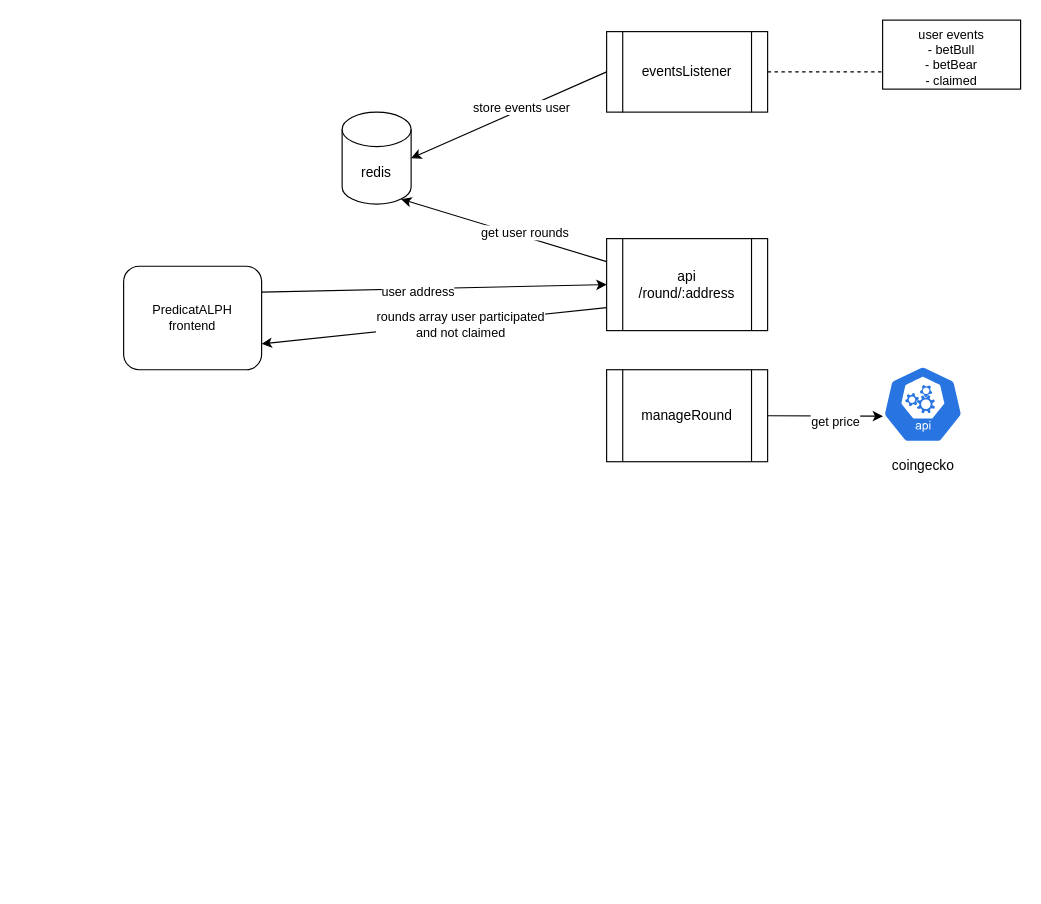
Before: page "Page-1" (1 of 6) of docs/diagram.drawio in notrustverify/predictalph-contracts, a draw.io diagram. Source tidied: cells renumbered, new cells numbered last; positions are measured from the earlier drawing's top-left corner, leaving out a move shared by most shapes. Both pictures are drawn from the tidied source at 115%, with x=0, y=0 at pixel (123, 20).
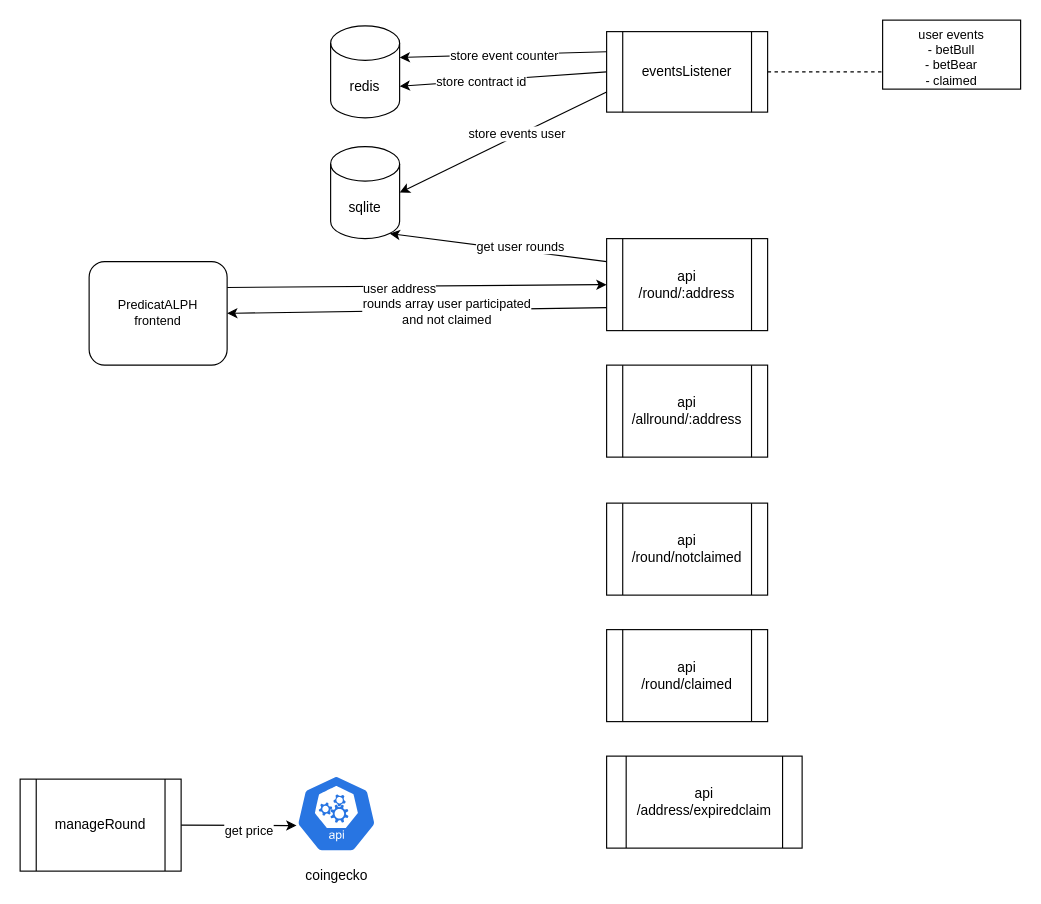
After the change.

Commit message (it also covers changes not shown here):
bug: claimed anyone 0

The change refers to these unchanged cells:
```xml
<mxCell id="3" value="eventsListener" style="shape=process;whiteSpace=wrap;html=1;backgroundOutline=1;" parent="1" vertex="1">
  <mxGeometry x="420" y="10" width="140" height="70" as="geometry" />
</mxCell>
<mxCell id="12" value="api&lt;br&gt;/round/:address" style="shape=process;whiteSpace=wrap;html=1;backgroundOutline=1;" parent="1" vertex="1">
  <mxGeometry x="420" y="190" width="140" height="80" as="geometry" />
</mxCell>
```

Diff of the diagram source:
```diff
@@
+    <mxCell id="20" style="edgeStyle=none;rounded=0;jettySize=auto;html=1;exitX=0;exitY=0.5;exitDx=0;exitDy=0;entryX=1;entryY=0;entryDx=0;entryDy=52.5;entryPerimeter=0;startArrow=none;startFill=0;endArrow=classic;endFill=1;" parent="1" edge="1" source="3" target="24">
+      <mxGeometry relative="1" as="geometry" />
+    </mxCell>
+    <mxCell id="21" value="store contract id" style="edgeLabel;html=1;align=center;verticalAlign=middle;" parent="20" vertex="1">
+      <mxGeometry x="0.21" y="1" relative="1" as="geometry">
+        <mxPoint x="-1" as="offset" />
+      </mxGeometry>
+    </mxCell>
@@
     <mxCell id="6" value="manageRound" style="shape=process;whiteSpace=wrap;html=1;backgroundOutline=1;" parent="1" vertex="1">
-      <mxGeometry x="420" y="304" width="140" height="80" as="geometry" />
+      <mxGeometry x="-90" y="660" width="140" height="80" as="geometry" />
     </mxCell>
-    <mxCell id="7" value="redis" style="shape=cylinder3;whiteSpace=wrap;html=1;boundedLbl=1;backgroundOutline=1;size=15;" parent="1" vertex="1">
-      <mxGeometry x="190" y="80" width="60" height="80" as="geometry" />
+    <mxCell id="7" value="sqlite" style="shape=cylinder3;whiteSpace=wrap;html=1;boundedLbl=1;backgroundOutline=1;size=15;" parent="1" vertex="1">
+      <mxGeometry x="180" y="110" width="60" height="80" as="geometry" />
     </mxCell>
-    <mxCell id="8" style="edgeStyle=none;rounded=0;jettySize=auto;html=1;exitX=0;exitY=0.75;exitDx=0;exitDy=0;entryX=1;entryY=0.75;entryDx=0;entryDy=0;fontFamily=Helvetica;fontSize=11;" parent="1" edge="1" source="12" target="18">
+    <mxCell id="8" style="edgeStyle=none;rounded=0;jettySize=auto;html=1;exitX=0;exitY=0.75;exitDx=0;exitDy=0;entryX=1;entryY=0.5;entryDx=0;entryDy=0;fontFamily=Helvetica;fontSize=11;" parent="1" edge="1" source="12" target="18">
       <mxGeometry relative="1" as="geometry" />
     </mxCell>
@@
-    <mxCell id="13" style="endArrow=classic;html=1;rounded=0;entryX=1;entryY=0.5;entryDx=0;entryDy=0;entryPerimeter=0;exitX=0;exitY=0.5;exitDx=0;exitDy=0;" parent="1" edge="1" source="3" target="7">
+    <mxCell id="13" style="endArrow=classic;html=1;rounded=0;entryX=1;entryY=0.5;entryDx=0;entryDy=0;entryPerimeter=0;exitX=0;exitY=0.75;exitDx=0;exitDy=0;" parent="1" edge="1" source="3" target="7">
       <mxGeometry relative="1" as="geometry" />
     </mxCell>
@@
     <mxCell id="15" value="coingecko" style="sketch=0;html=1;dashed=0;whitespace=wrap;fillColor=#2875E2;strokeColor=#ffffff;points=[[0.005,0.63,0],[0.1,0.2,0],[0.9,0.2,0],[0.5,0,0],[0.995,0.63,0],[0.72,0.99,0],[0.5,1,0],[0.28,0.99,0]];verticalLabelPosition=bottom;align=center;verticalAlign=top;shape=mxgraph.kubernetes.icon;prIcon=api;" parent="1" vertex="1">
-      <mxGeometry x="660" y="294" width="70" height="80" as="geometry" />
+      <mxGeometry x="150" y="650" width="70" height="80" as="geometry" />
     </mxCell>
@@
     <mxCell id="18" value="PredicatALPH&lt;br&gt;frontend" style="rounded=1;whiteSpace=wrap;html=1;labelBackgroundColor=none;fontFamily=Helvetica;fontSize=11;" parent="1" vertex="1">
-      <mxGeometry y="214" width="120" height="90" as="geometry" />
+      <mxGeometry x="-30" y="210" width="120" height="90" as="geometry" />
     </mxCell>
@@
+    <mxCell id="22" style="rounded=0;jettySize=auto;html=1;exitX=1;exitY=0;exitDx=0;exitDy=27.5;exitPerimeter=0;entryX=0;entryY=0.25;entryDx=0;entryDy=0;endArrow=none;endFill=0;startArrow=classic;startFill=1;" parent="1" edge="1" source="24" target="3">
+      <mxGeometry relative="1" as="geometry" />
+    </mxCell>
+    <mxCell id="23" value="store event counter" style="edgeLabel;html=1;align=center;verticalAlign=middle;" parent="22" vertex="1">
+      <mxGeometry x="-0.2" y="-2" relative="1" as="geometry">
+        <mxPoint x="18" y="-2" as="offset" />
+      </mxGeometry>
+    </mxCell>
+    <mxCell id="24" value="redis" style="shape=cylinder3;whiteSpace=wrap;html=1;boundedLbl=1;backgroundOutline=1;size=15;" parent="1" vertex="1">
+      <mxGeometry x="180" y="5" width="60" height="80" as="geometry" />
+    </mxCell>
+    <mxCell id="25" value="api&lt;br&gt;/allround/:address" style="shape=process;whiteSpace=wrap;html=1;backgroundOutline=1;" parent="1" vertex="1">
+      <mxGeometry x="420" y="300" width="140" height="80" as="geometry" />
+    </mxCell>
+    <mxCell id="26" value="api&lt;br&gt;/round/notclaimed" style="shape=process;whiteSpace=wrap;html=1;backgroundOutline=1;" parent="1" vertex="1">
+      <mxGeometry x="420" y="420" width="140" height="80" as="geometry" />
+    </mxCell>
+    <mxCell id="27" value="api&lt;br&gt;/round/claimed" style="shape=process;whiteSpace=wrap;html=1;backgroundOutline=1;" parent="1" vertex="1">
+      <mxGeometry x="420" y="530" width="140" height="80" as="geometry" />
+    </mxCell>
+    <mxCell id="28" value="api&lt;br&gt;/address/expiredclaim" style="shape=process;whiteSpace=wrap;html=1;backgroundOutline=1;" parent="1" vertex="1">
+      <mxGeometry x="420" y="640" width="170" height="80" as="geometry" />
+    </mxCell>
```
